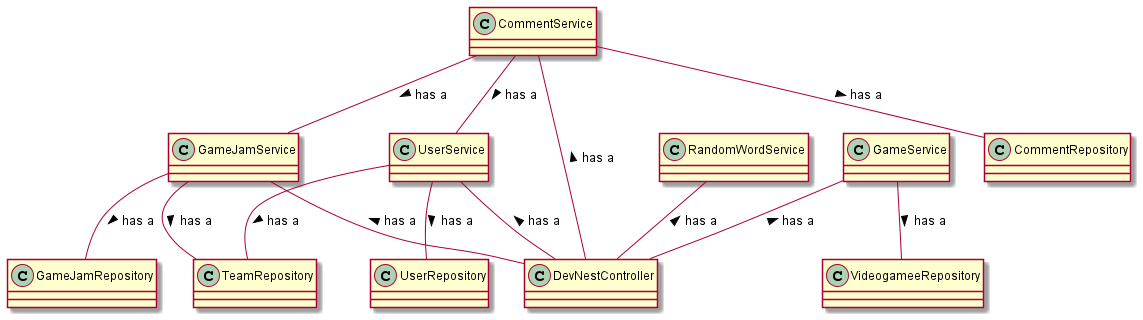
This is devNest/src/main/resources/static/PlantUML_Files/devNest.png from darkops96/devNest, a PlantUML export, as it was before one commit.
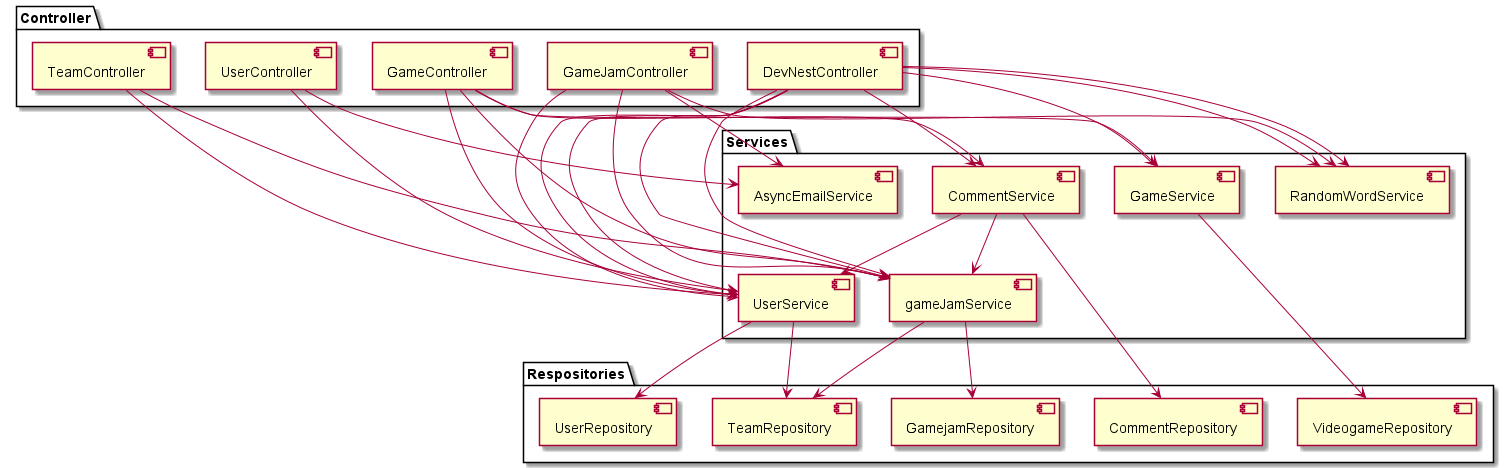
The same diagram one commit later.

Change to the diagram source:
```diff
@@ -1,20 +1,67 @@
 @startuml devNest
 
-GameJamService -- GameJamRepository : > has a
-GameJamService -- TeamRepository : > has a
-GameJamService -- DevNestController : < has a
+package "Respositories"{
+    component GamejamRepository
+    component TeamRepository
+    component VideogameRepository
+    component UserRepository
+    component CommentRepository
+}
 
-GameService -- VideogameeRepository : > has a
-GameService -- DevNestController : < has a
+package "Services"{
+    component gameJamService
+    component GameService
+    component RandomWordService
+    component UserService
+    component CommentService
+    component AsyncEmailService
+}
 
-RandomWordService -- DevNestController : < has a
+package "Controller"{
+    component DevNestController
+    component GameController
+    component GameJamController
+    component TeamController
+    component UserController
+}
 
-UserService -- UserRepository : > has a
-UserService -- TeamRepository : > has a
-UserService -- DevNestController : < has a
+gameJamService --> GamejamRepository
+gameJamService --> TeamRepository
+gameJamService <-- DevNestController
 
-CommentService -- CommentRepository : > has a
-CommentService -- UserService : > has a
-CommentService -- GameJamService : > has a
-CommentService -- DevNestController : < has a
+GameService --> VideogameRepository
+GameService <-- DevNestController
+
+RandomWordService <-- DevNestController
+
+UserService --> UserRepository
+UserService --> TeamRepository
+UserService <-- DevNestController
+
+CommentService --> CommentRepository
+CommentService --> UserService
+CommentService --> gameJamService
+CommentService <-- DevNestController
+
+
+DevNestController --> UserService
+DevNestController --> gameJamService
+DevNestController --> RandomWordService
+
+GameController --> UserService
+GameController --> gameJamService
+GameController --> GameService
+GameController --> CommentService
+
+GameJamController --> UserService
+GameJamController --> gameJamService
+GameJamController --> RandomWordService
+GameJamController --> AsyncEmailService
+
+TeamController --> UserService
+TeamController --> gameJamService
+
+UserController --> UserService
+UserController --> AsyncEmailService
+
 @enduml
```
